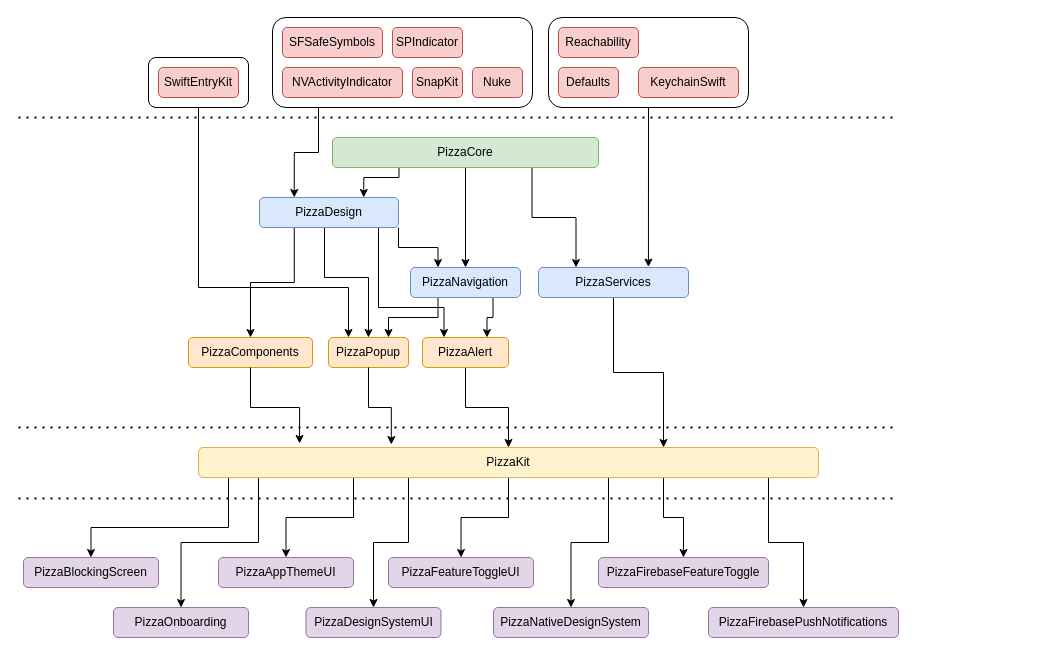
This is Resources/diagram.drawio from PizzaKit/pizzakit, a draw.io file, before an edit. Source tidied: cells renumbered, new cells numbered last; positions are measured from the earlier drawing's top-left corner, leaving out a move shared by most shapes. Both pictures are drawn from the tidied source at 100%, with x=0, y=0 at pixel (18, 17).
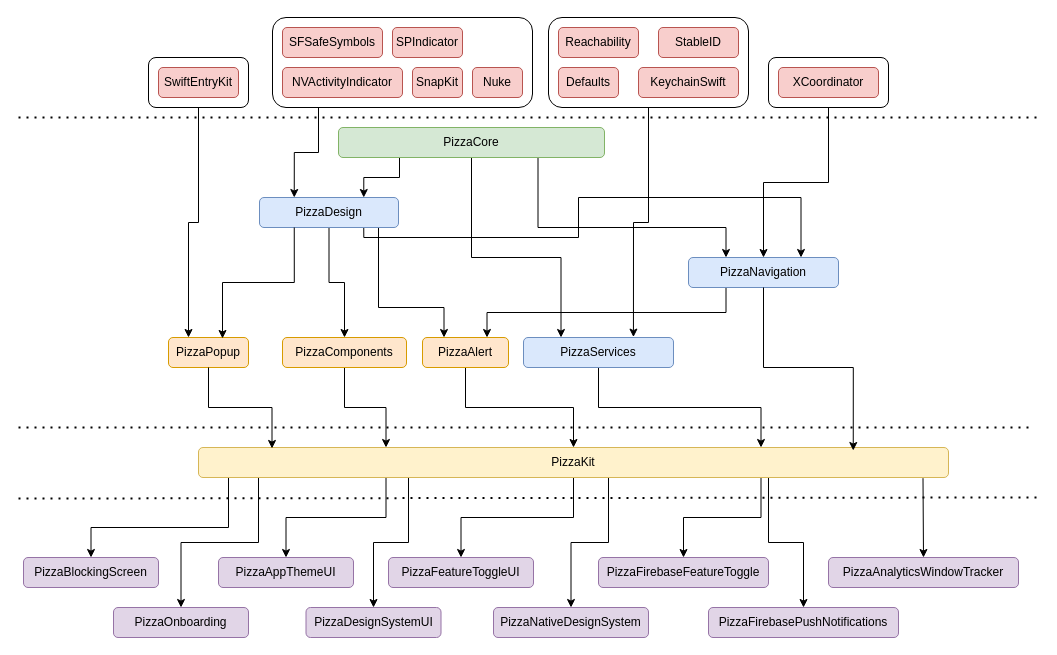
The same diagram, later.

The change refers to these unchanged cells:
```xml
<mxCell id="3" style="rounded=1;whiteSpace=wrap;html=1;" parent="1" vertex="1">
  <mxGeometry x="130" y="40" width="100" height="50" as="geometry" />
</mxCell>
<mxCell id="16" value="PizzaDesign" style="rounded=1;whiteSpace=wrap;html=1;fillColor=#dae8fc;strokeColor=#6c8ebf;" parent="1" vertex="1">
  <mxGeometry x="241" y="180" width="139" height="30" as="geometry" />
</mxCell>
<mxCell id="28" value="PizzaAlert" style="rounded=1;whiteSpace=wrap;html=1;fillColor=#ffe6cc;strokeColor=#d79b00;" parent="1" vertex="1">
  <mxGeometry x="404" y="320" width="86" height="30" as="geometry" />
</mxCell>
```

Change to the diagram source:
```diff
@@
-    <mxCell id="2" style="edgeStyle=orthogonalEdgeStyle;rounded=0;jettySize=auto;html=1;entryX=0.25;entryY=0;entryDx=0;entryDy=0;" parent="1" edge="1" source="3" target="29">
-      <mxGeometry relative="1" as="geometry">
-        <Array as="points">
-          <mxPoint x="180" y="270" />
-          <mxPoint x="330" y="270" />
-        </Array>
-      </mxGeometry>
+    <mxCell id="2" style="edgeStyle=orthogonalEdgeStyle;rounded=0;jettySize=auto;html=1;exitX=0.5;exitY=1;exitDx=0;exitDy=0;entryX=0.25;entryY=0;entryDx=0;entryDy=0;" parent="1" edge="1" source="3" target="29">
+      <mxGeometry relative="1" as="geometry" />
     </mxCell>
@@
-    <mxCell id="9" style="edgeStyle=orthogonalEdgeStyle;rounded=0;jettySize=auto;html=1;exitX=0.5;exitY=1;exitDx=0;exitDy=0;entryX=0.5;entryY=0;entryDx=0;entryDy=0;" parent="1" edge="1" source="11" target="22">
-      <mxGeometry relative="1" as="geometry" />
+    <mxCell id="9" style="edgeStyle=orthogonalEdgeStyle;rounded=0;jettySize=auto;html=1;exitX=0.75;exitY=1;exitDx=0;exitDy=0;entryX=0.25;entryY=0;entryDx=0;entryDy=0;" parent="1" edge="1" source="11" target="22">
+      <mxGeometry relative="1" as="geometry">
+        <Array as="points">
+          <mxPoint x="520" y="210" />
+          <mxPoint x="708" y="210" />
+        </Array>
+      </mxGeometry>
     </mxCell>
-    <mxCell id="10" style="edgeStyle=orthogonalEdgeStyle;rounded=0;jettySize=auto;html=1;exitX=0.75;exitY=1;exitDx=0;exitDy=0;entryX=0.25;entryY=0;entryDx=0;entryDy=0;" parent="1" edge="1" source="11" target="24">
-      <mxGeometry relative="1" as="geometry" />
+    <mxCell id="10" style="edgeStyle=orthogonalEdgeStyle;rounded=0;jettySize=auto;html=1;exitX=0.5;exitY=1;exitDx=0;exitDy=0;entryX=0.25;entryY=0;entryDx=0;entryDy=0;" parent="1" edge="1" source="11" target="24">
+      <mxGeometry relative="1" as="geometry">
+        <Array as="points">
+          <mxPoint x="453" y="240" />
+          <mxPoint x="542" y="240" />
+        </Array>
+      </mxGeometry>
     </mxCell>
     <mxCell id="11" value="PizzaCore" style="rounded=1;whiteSpace=wrap;html=1;fillColor=#d5e8d4;strokeColor=#82b366;" parent="1" vertex="1">
-      <mxGeometry x="314" y="120" width="266" height="30" as="geometry" />
+      <mxGeometry x="320" y="110" width="266" height="30" as="geometry" />
     </mxCell>
+    <mxCell id="14" style="edgeStyle=orthogonalEdgeStyle;rounded=0;jettySize=auto;html=1;exitX=0.75;exitY=1;exitDx=0;exitDy=0;entryX=0.25;entryY=0;entryDx=0;entryDy=0;" parent="1" edge="1" source="16" target="28">
+      <mxGeometry relative="1" as="geometry">
+        <Array as="points">
+          <mxPoint x="360" y="210" />
+          <mxPoint x="360" y="290" />
+          <mxPoint x="425" y="290" />
+        </Array>
+      </mxGeometry>
+    </mxCell>
-    <mxCell id="12" style="edgeStyle=orthogonalEdgeStyle;rounded=0;jettySize=auto;html=1;exitX=0.25;exitY=1;exitDx=0;exitDy=0;entryX=0.5;entryY=0;entryDx=0;entryDy=0;" parent="1" edge="1" source="16" target="40">
+    <mxCell id="12" style="edgeStyle=orthogonalEdgeStyle;rounded=0;jettySize=auto;html=1;exitX=0.5;exitY=1;exitDx=0;exitDy=0;entryX=0.5;entryY=0;entryDx=0;entryDy=0;" parent="1" edge="1" source="16" target="40">
       <mxGeometry relative="1" as="geometry" />
     </mxCell>
-    <mxCell id="13" style="edgeStyle=orthogonalEdgeStyle;rounded=0;jettySize=auto;html=1;exitX=0.5;exitY=1;exitDx=0;exitDy=0;entryX=0.5;entryY=0;entryDx=0;entryDy=0;" parent="1" edge="1" source="16" target="29">
-      <mxGeometry relative="1" as="geometry">
-        <Array as="points">
-          <mxPoint x="306" y="260" />
-          <mxPoint x="350" y="260" />
-        </Array>
-      </mxGeometry>
-    </mxCell>
-    <mxCell id="14" style="edgeStyle=orthogonalEdgeStyle;rounded=0;jettySize=auto;html=1;exitX=0.75;exitY=1;exitDx=0;exitDy=0;entryX=0.25;entryY=0;entryDx=0;entryDy=0;" parent="1" edge="1" source="16" target="28">
-      <mxGeometry relative="1" as="geometry">
-        <Array as="points">
-          <mxPoint x="360" y="210" />
-          <mxPoint x="360" y="290" />
-          <mxPoint x="425" y="290" />
-        </Array>
-      </mxGeometry>
-    </mxCell>
-    <mxCell id="15" style="edgeStyle=orthogonalEdgeStyle;rounded=0;jettySize=auto;html=1;exitX=1;exitY=1;exitDx=0;exitDy=0;entryX=0.25;entryY=0;entryDx=0;entryDy=0;" parent="1" edge="1" source="16" target="22">
-      <mxGeometry relative="1" as="geometry" />
+    <mxCell id="15" style="edgeStyle=orthogonalEdgeStyle;rounded=0;jettySize=auto;html=1;exitX=0.75;exitY=1;exitDx=0;exitDy=0;entryX=0.75;entryY=0;entryDx=0;entryDy=0;" parent="1" edge="1" source="16" target="22">
+      <mxGeometry relative="1" as="geometry">
+        <Array as="points">
+          <mxPoint x="345" y="220" />
+          <mxPoint x="560" y="220" />
+          <mxPoint x="560" y="180" />
+          <mxPoint x="783" y="180" />
+        </Array>
+      </mxGeometry>
     </mxCell>
@@
-    <mxCell id="20" style="edgeStyle=orthogonalEdgeStyle;rounded=0;jettySize=auto;html=1;exitX=0.75;exitY=1;exitDx=0;exitDy=0;entryX=0.75;entryY=0;entryDx=0;entryDy=0;" parent="1" edge="1" source="22" target="28">
-      <mxGeometry relative="1" as="geometry" />
-    </mxCell>
-    <mxCell id="21" style="edgeStyle=orthogonalEdgeStyle;rounded=0;jettySize=auto;html=1;exitX=0.25;exitY=1;exitDx=0;exitDy=0;entryX=0.75;entryY=0;entryDx=0;entryDy=0;" parent="1" edge="1" source="22" target="29">
-      <mxGeometry relative="1" as="geometry">
-        <Array as="points">
-          <mxPoint x="419" y="300" />
-          <mxPoint x="370" y="300" />
-        </Array>
-      </mxGeometry>
-    </mxCell>
-    <mxCell id="22" value="PizzaNavigation" style="rounded=1;whiteSpace=wrap;html=1;fillColor=#dae8fc;strokeColor=#6c8ebf;" parent="1" vertex="1">
-      <mxGeometry x="392" y="250" width="110" height="30" as="geometry" />
-    </mxCell>
@@
     <mxCell id="24" value="PizzaServices" style="rounded=1;whiteSpace=wrap;html=1;fillColor=#dae8fc;strokeColor=#6c8ebf;" parent="1" vertex="1">
-      <mxGeometry x="520" y="250" width="150" height="30" as="geometry" />
+      <mxGeometry x="505" y="320" width="150" height="30" as="geometry" />
     </mxCell>
@@
     <mxCell id="29" value="PizzaPopup" style="rounded=1;whiteSpace=wrap;html=1;fillColor=#ffe6cc;strokeColor=#d79b00;" parent="1" vertex="1">
-      <mxGeometry x="310" y="320" width="80" height="30" as="geometry" />
+      <mxGeometry x="150" y="320" width="80" height="30" as="geometry" />
     </mxCell>
@@
     <mxCell id="39" value="PizzaKit" style="rounded=1;whiteSpace=wrap;html=1;fillColor=#fff2cc;strokeColor=#d6b656;" parent="1" vertex="1">
-      <mxGeometry x="180" y="430" width="620" height="30" as="geometry" />
+      <mxGeometry x="180" y="430" width="750" height="30" as="geometry" />
     </mxCell>
+    <mxCell id="56" style="edgeStyle=orthogonalEdgeStyle;rounded=0;jettySize=auto;html=1;exitX=0.5;exitY=1;exitDx=0;exitDy=0;entryX=0.25;entryY=0;entryDx=0;entryDy=0;" parent="1" edge="1" source="40" target="39">
+      <mxGeometry relative="1" as="geometry" />
+    </mxCell>
     <mxCell id="40" value="PizzaComponents" style="rounded=1;whiteSpace=wrap;html=1;fillColor=#ffe6cc;strokeColor=#d79b00;" parent="1" vertex="1">
-      <mxGeometry x="170" y="320" width="124" height="30" as="geometry" />
+      <mxGeometry x="264" y="320" width="124" height="30" as="geometry" />
     </mxCell>
@@
     <mxCell id="45" style="endArrow=none;dashed=1;html=1;dashPattern=1 3;strokeWidth=2;rounded=0;" parent="1" edge="1">
       <mxGeometry relative="1" as="geometry">
         <mxPoint y="100" as="sourcePoint" />
-        <mxPoint x="880" y="100" as="targetPoint" />
+        <mxPoint x="1020" y="100" as="targetPoint" />
       </mxGeometry>
     </mxCell>
     <mxCell id="46" style="endArrow=none;dashed=1;html=1;dashPattern=1 3;strokeWidth=2;rounded=0;" parent="1" edge="1">
       <mxGeometry relative="1" as="geometry">
         <mxPoint y="410" as="sourcePoint" />
-        <mxPoint x="880" y="410" as="targetPoint" />
+        <mxPoint x="1010" y="410" as="targetPoint" />
       </mxGeometry>
     </mxCell>
     <mxCell id="47" style="endArrow=none;dashed=1;html=1;dashPattern=1 3;strokeWidth=2;rounded=0;" parent="1" edge="1">
       <mxGeometry relative="1" as="geometry">
         <mxPoint y="481" as="sourcePoint" />
-        <mxPoint x="880" y="481" as="targetPoint" />
+        <mxPoint x="1020" y="480" as="targetPoint" />
       </mxGeometry>
     </mxCell>
@@
+    <mxCell id="57" value="StableID" style="rounded=1;whiteSpace=wrap;html=1;fillColor=#f8cecc;strokeColor=#b85450;" parent="1" vertex="1">
+      <mxGeometry x="640" y="10" width="80" height="30" as="geometry" />
+    </mxCell>
+    <mxCell id="20" style="edgeStyle=orthogonalEdgeStyle;rounded=0;jettySize=auto;html=1;exitX=0.25;exitY=1;exitDx=0;exitDy=0;entryX=0.75;entryY=0;entryDx=0;entryDy=0;" parent="1" edge="1" source="22" target="28">
+      <mxGeometry relative="1" as="geometry" />
+    </mxCell>
+    <mxCell id="22" value="PizzaNavigation" style="rounded=1;whiteSpace=wrap;html=1;fillColor=#dae8fc;strokeColor=#6c8ebf;" parent="1" vertex="1">
+      <mxGeometry x="670" y="240" width="150" height="30" as="geometry" />
+    </mxCell>
+    <mxCell id="58" style="edgeStyle=orthogonalEdgeStyle;rounded=0;jettySize=auto;html=1;exitX=0.5;exitY=1;exitDx=0;exitDy=0;entryX=0.873;entryY=0.1;entryDx=0;entryDy=0;entryPerimeter=0;" parent="1" edge="1" source="22" target="39">
+      <mxGeometry relative="1" as="geometry" />
+    </mxCell>
+    <mxCell id="59" style="edgeStyle=orthogonalEdgeStyle;rounded=0;jettySize=auto;html=1;exitX=0.5;exitY=1;exitDx=0;exitDy=0;entryX=0.5;entryY=0;entryDx=0;entryDy=0;" parent="1" edge="1" source="60" target="22">
+      <mxGeometry relative="1" as="geometry" />
+    </mxCell>
+    <mxCell id="60" style="rounded=1;whiteSpace=wrap;html=1;" parent="1" vertex="1">
+      <mxGeometry x="750" y="40" width="120" height="50" as="geometry" />
+    </mxCell>
+    <mxCell id="61" value="XCoordinator" style="rounded=1;whiteSpace=wrap;html=1;fillColor=#f8cecc;strokeColor=#b85450;" parent="1" vertex="1">
+      <mxGeometry x="760" y="50" width="100" height="30" as="geometry" />
+    </mxCell>
+    <mxCell id="13" style="edgeStyle=orthogonalEdgeStyle;rounded=0;jettySize=auto;html=1;exitX=0.25;exitY=1;exitDx=0;exitDy=0;entryX=0.675;entryY=0.033;entryDx=0;entryDy=0;entryPerimeter=0;" parent="1" edge="1" source="16" target="29">
+      <mxGeometry relative="1" as="geometry" />
+    </mxCell>
-    <mxCell id="55" style="edgeStyle=orthogonalEdgeStyle;rounded=0;jettySize=auto;html=1;exitX=0.5;exitY=1;exitDx=0;exitDy=0;entryX=0.311;entryY=-0.1;entryDx=0;entryDy=0;entryPerimeter=0;" parent="1" edge="1" source="29" target="39">
+    <mxCell id="55" style="edgeStyle=orthogonalEdgeStyle;rounded=0;jettySize=auto;html=1;exitX=0.5;exitY=1;exitDx=0;exitDy=0;entryX=0.098;entryY=0.033;entryDx=0;entryDy=0;entryPerimeter=0;" parent="1" edge="1" source="29" target="39">
       <mxGeometry relative="1" as="geometry" />
     </mxCell>
-    <mxCell id="56" style="edgeStyle=orthogonalEdgeStyle;rounded=0;jettySize=auto;html=1;exitX=0.5;exitY=1;exitDx=0;exitDy=0;entryX=0.163;entryY=-0.133;entryDx=0;entryDy=0;entryPerimeter=0;" parent="1" edge="1" source="40" target="39">
-      <mxGeometry relative="1" as="geometry" />
-    </mxCell>
+    <mxCell id="62" value="PizzaAnalyticsWindowTracker" style="rounded=1;whiteSpace=wrap;html=1;fillColor=#e1d5e7;strokeColor=#9673a6;" parent="1" vertex="1">
+      <mxGeometry x="810" y="540" width="190" height="30" as="geometry" />
+    </mxCell>
+    <mxCell id="63" style="endArrow=classic;html=1;rounded=0;entryX=0.5;entryY=0;entryDx=0;entryDy=0;exitX=0.966;exitY=1.022;exitDx=0;exitDy=0;exitPerimeter=0;" parent="1" edge="1" source="39" target="62">
+      <mxGeometry relative="1" as="geometry" />
+    </mxCell>
```
